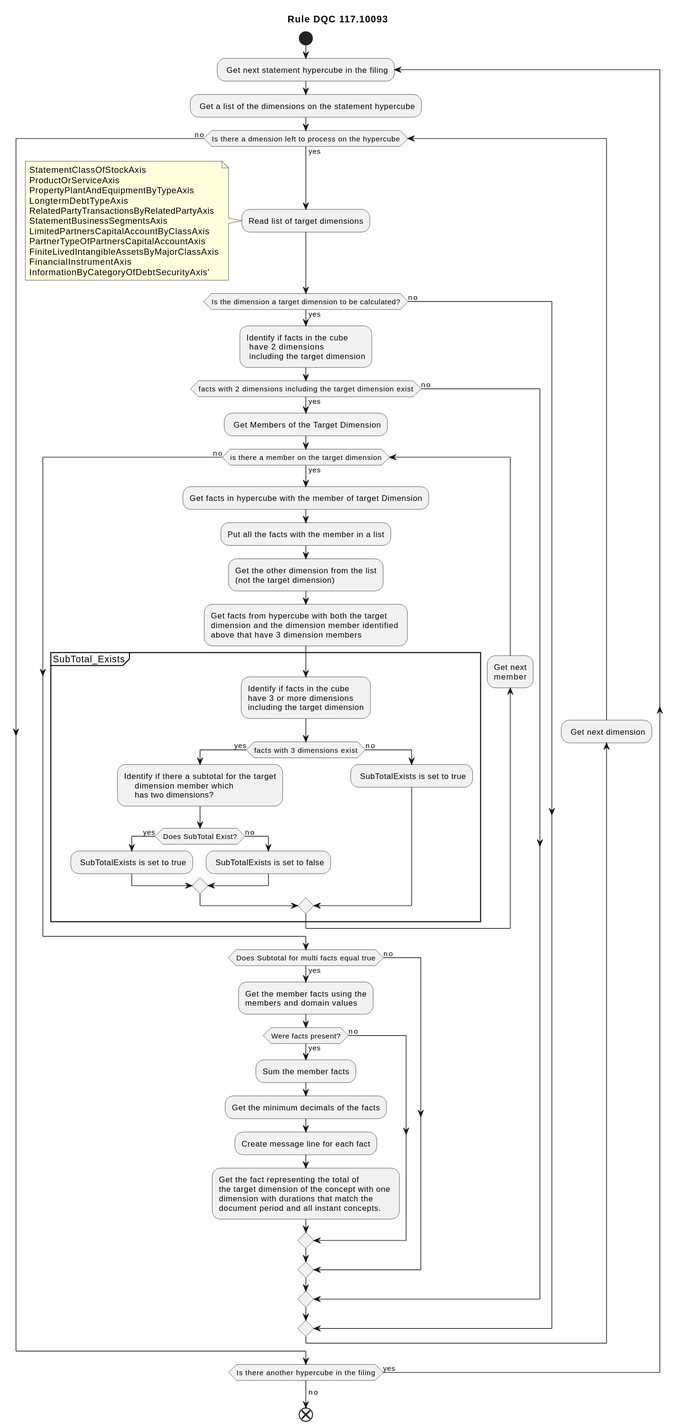
Earlier version of the PlantUML export guidance/rule-flowcharts/DQC_0117/rule_0117_10093.svg (DataQualityCommittee/dqc_us_rules). Its diagram source:
```plantuml
@startuml rule_0117_10093
title "Rule DQC 117.10093"
!pragma useVerticalIf on
start

repeat : Get next statement hypercube in the filing;

 : Get a list of the dimensions on the statement hypercube;
while (Is there a dmension left to process on the hypercube) is (yes)

    :Read list of target dimensions;
    note left
    StatementClassOfStockAxis
    ProductOrServiceAxis
    PropertyPlantAndEquipmentByTypeAxis
    LongtermDebtTypeAxis
    RelatedPartyTransactionsByRelatedPartyAxis
    StatementBusinessSegmentsAxis
    LimitedPartnersCapitalAccountByClassAxis
    PartnerTypeOfPartnersCapitalAccountAxis
    FiniteLivedIntangibleAssetsByMajorClassAxis
    FinancialInstrumentAxis
    InformationByCategoryOfDebtSecurityAxis'
    end note
 if (Is the dimension a target dimension to be calculated?) then (yes)


     :Identify if facts in the cube
      have 2  dimensions
      including the target dimension;
      if (facts with 2 dimensions including the target dimension exist) then (yes)
       : Get Members of the Target Dimension;
       while (is there a member on the target dimension) is (yes)
            :Get facts in hypercube with the member of target Dimension;
            :Put all the facts with the member in a list;
            :Get the other dimension from the list
            (not the target dimension);
            :Get facts from hypercube with both the target
            dimension and the dimension member identified
            above that have 3 dimension members;
             group SubTotal_Exists
                :Identify if facts in the cube
                have 3 or more dimensions
                including the target dimension;
                if (facts with 3 dimensions exist) then (yes)

                :Identify if there a subtotal for the target
                    dimension member which
                    has two dimensions?;
                        if (Does SubTotal Exist?) then (yes)
                            : SubTotalExists is set to true;
                        else (no)
                            : SubTotalExists is set to false;
                            endif
                else (no)
                    : SubTotalExists is set to true;
                endif

            end group
        backward: Get next
        member;
       end while (no)


     if (Does Subtotal for multi facts equal true) then (yes)
        :Get the member facts using the
        members and domain values;
            if (Were facts present?) then (yes)
                :Sum the member facts;
                :Get the minimum decimals of the facts;
                :Create message line for each fact;
                :Get the fact representing the total of
                the target dimension of the concept with one
                dimension with durations that match the
                document period and all instant concepts.;

             else (no)
            endif
        else (no)
            endif
    else (no)

    endif

 else (no)
    endif
    backward: Get next dimension;
endwhile  (no)
    repeat while (Is there another hypercube in the filing) is (yes)
    ->no;

end

@enduml
```
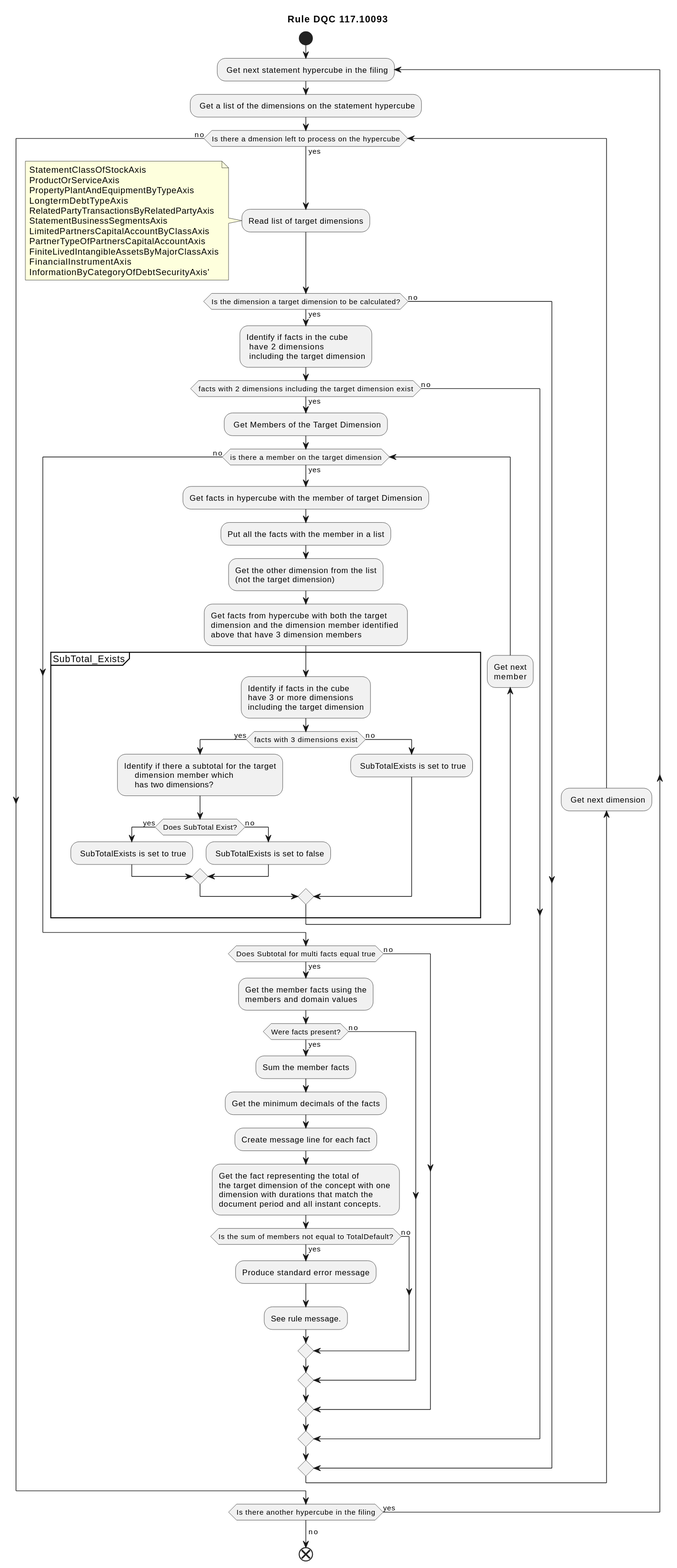
The same diagram one commit later.

The edit, as a diff of the source:
```diff
@@ -73,7 +73,11 @@
                 the target dimension of the concept with one
                 dimension with durations that match the
                 document period and all instant concepts.;
-
+                 if (Is the sum of members not equal to TotalDefault?) then (yes)
+                                        :Produce standard error message;
+                                        :See rule message.;
+                                else (no)
+                                    endif
              else (no)
             endif
         else (no)
```
